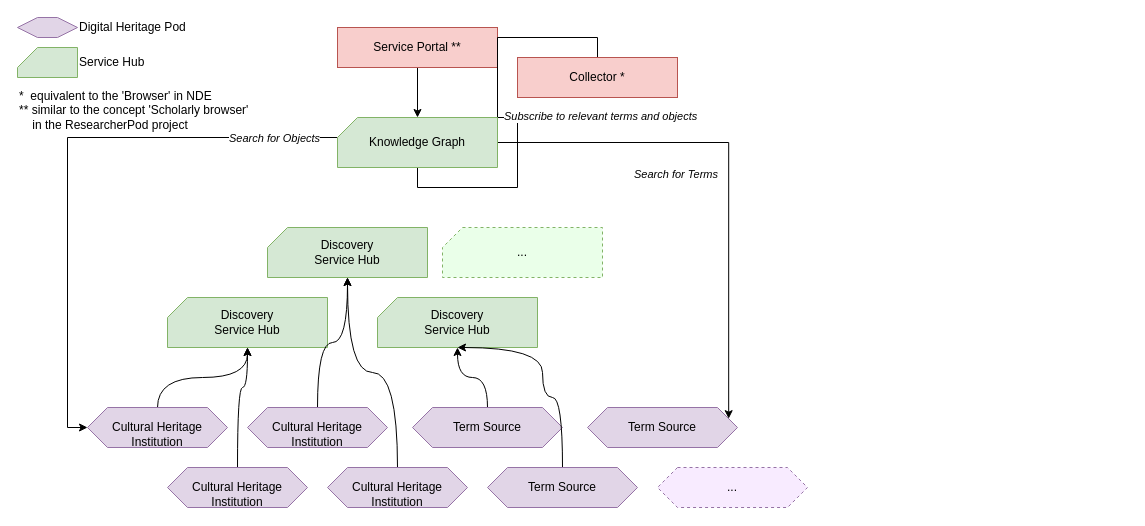
The draw.io diagram page "Copy of Page-1" (2 of 2) of diagrams/NDE-overzicht.drawio in ErfgoedPod/usecases, before the edit. Source tidied: cells renumbered, new cells numbered last; positions are measured from the earlier drawing's top-left corner, leaving out a move shared by most shapes. Both pictures are drawn from the tidied source at 100%, with x=0, y=0 at pixel (17, 17).
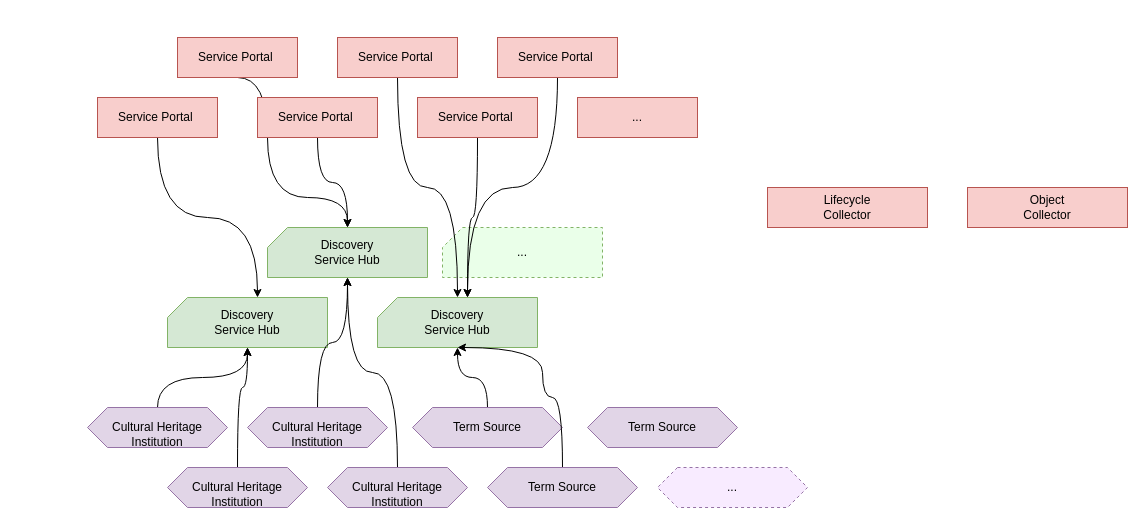
After the change.

Commit message (it also covers changes not shown here):
Started changing NDE context

The change refers to these unchanged cells:
```xml
<mxCell id="14" value="Discovery&lt;br&gt;Service Hub" style="shape=card;whiteSpace=wrap;html=1;size=20;fillColor=#d5e8d4;strokeColor=#82b366;" parent="1" vertex="1">
  <mxGeometry x="250" y="210" width="160" height="50" as="geometry" />
</mxCell>
<mxCell id="18" value="Discovery&lt;br&gt;Service Hub" style="shape=card;whiteSpace=wrap;html=1;size=20;fillColor=#d5e8d4;strokeColor=#82b366;" parent="1" vertex="1">
  <mxGeometry x="150" y="280" width="160" height="50" as="geometry" />
</mxCell>
<mxCell id="19" value="Discovery&lt;br&gt;Service Hub" style="shape=card;whiteSpace=wrap;html=1;size=20;fillColor=#d5e8d4;strokeColor=#82b366;" parent="1" vertex="1">
  <mxGeometry x="360" y="280" width="160" height="50" as="geometry" />
</mxCell>
<mxCell id="30" value="Term Source" style="shape=hexagon;perimeter=hexagonPerimeter2;whiteSpace=wrap;html=1;fixedSize=1;fillColor=#e1d5e7;strokeColor=#9673a6;" parent="1" vertex="1">
  <mxGeometry x="570" y="390" width="150" height="40" as="geometry" />
</mxCell>
```

Diff of the diagram source:
```diff
@@
-    <mxCell id="2" style="edgeStyle=orthogonalEdgeStyle;rounded=0;jettySize=auto;html=1;exitX=0.5;exitY=1;exitDx=0;exitDy=0;startArrow=none;startFill=0;endArrow=classic;endFill=1;entryX=0.5;entryY=0;entryDx=0;entryDy=0;entryPerimeter=0;" parent="1" edge="1" source="3" target="13">
-      <mxGeometry relative="1" as="geometry" />
-    </mxCell>
-    <mxCell id="3" value="Service Portal **" style="rounded=0;whiteSpace=wrap;html=1;fillColor=#f8cecc;strokeColor=#b85450;" parent="1" vertex="1">
-      <mxGeometry x="320" y="10" width="160" height="40" as="geometry" />
-    </mxCell>
-    <mxCell id="4" style="edgeStyle=orthogonalEdgeStyle;rounded=0;jettySize=auto;html=1;exitX=0.5;exitY=0;exitDx=0;exitDy=0;entryX=0.5;entryY=1;entryDx=0;entryDy=0;entryPerimeter=0;startArrow=none;startFill=0;endArrow=none;endFill=0;" parent="1" edge="1" source="10" target="13">
-      <mxGeometry relative="1" as="geometry" />
-    </mxCell>
-    <mxCell id="5" value="Subscribe to relevant terms and objects " style="edgeLabel;html=1;align=left;verticalAlign=middle;fontStyle=2;" parent="4" vertex="1">
-      <mxGeometry y="2" relative="1" as="geometry" />
-    </mxCell>
-    <mxCell id="6" style="edgeStyle=orthogonalEdgeStyle;rounded=0;jettySize=auto;html=1;entryX=1;entryY=0.25;entryDx=0;entryDy=0;startArrow=none;startFill=0;endArrow=classic;endFill=1;exitX=1;exitY=0.5;exitDx=0;exitDy=0;exitPerimeter=0;" parent="1" edge="1" source="13" target="30">
-      <mxGeometry relative="1" as="geometry" />
-    </mxCell>
-    <mxCell id="7" value="Search for Terms" style="edgeLabel;html=1;align=right;verticalAlign=middle;fontStyle=2;" parent="6" vertex="1">
-      <mxGeometry x="-0.13" y="-31" relative="1" as="geometry" />
-    </mxCell>
-    <mxCell id="8" style="edgeStyle=orthogonalEdgeStyle;rounded=0;jettySize=auto;html=1;entryX=0;entryY=0.5;entryDx=0;entryDy=0;startArrow=none;startFill=0;endArrow=classic;endFill=1;exitX=0;exitY=0;exitDx=0;exitDy=20;exitPerimeter=0;" parent="1" edge="1" source="13" target="12">
-      <mxGeometry relative="1" as="geometry" />
-    </mxCell>
-    <mxCell id="9" value="Search for Objects" style="edgeLabel;html=1;align=left;verticalAlign=middle;fontStyle=2;" parent="8" vertex="1">
-      <mxGeometry x="-0.13" y="32" relative="1" as="geometry">
-        <mxPoint x="142" y="-32" as="offset" />
-      </mxGeometry>
-    </mxCell>
-    <mxCell id="10" value="Collector *" style="rounded=0;whiteSpace=wrap;html=1;fillColor=#f8cecc;strokeColor=#b85450;" parent="1" vertex="1">
-      <mxGeometry x="500" y="40" width="160" height="40" as="geometry" />
+    <mxCell id="10" value="Lifecycle&lt;br&gt;Collector" style="rounded=0;whiteSpace=wrap;html=1;fillColor=#f8cecc;strokeColor=#b85450;" parent="1" vertex="1">
+      <mxGeometry x="750" y="170" width="160" height="40" as="geometry" />
     </mxCell>
@@
-    <mxCell id="12" value="&lt;br&gt;Cultural Heritage Institution" style="shape=hexagon;perimeter=hexagonPerimeter2;whiteSpace=wrap;html=1;fixedSize=1;fillColor=#e1d5e7;strokeColor=#9673a6;" parent="1" vertex="1">
+    <mxCell id="12" value="&lt;br&gt;Cultural Heritage Institution" style="shape=hexagon;perimeter=hexagonPerimeter2;whiteSpace=wrap;html=1;fixedSize=1;fillColor=#e1d5e7;strokeColor=#9673a6;align=center;verticalAlign=middle;" parent="1" vertex="1">
       <mxGeometry x="70" y="390" width="140" height="40" as="geometry" />
     </mxCell>
-    <mxCell id="13" value="Knowledge Graph" style="shape=card;whiteSpace=wrap;html=1;size=20;fillColor=#d5e8d4;strokeColor=#82b366;" parent="1" vertex="1">
-      <mxGeometry x="320" y="100" width="160" height="50" as="geometry" />
-    </mxCell>
@@
-    <mxCell id="15" value="Digital Heritage Pod" style="shape=hexagon;perimeter=hexagonPerimeter2;html=1;fixedSize=1;labelPosition=right;verticalLabelPosition=middle;align=left;verticalAlign=middle;fillColor=#e1d5e7;strokeColor=#9673a6;" parent="1" vertex="1">
-      <mxGeometry width="60" height="20" as="geometry" />
-    </mxCell>
-    <mxCell id="16" value="Service Hub" style="shape=card;html=1;size=20;labelPosition=right;verticalLabelPosition=middle;align=left;verticalAlign=middle;spacingRight=0;fillColor=#d5e8d4;strokeColor=#82b366;" parent="1" vertex="1">
-      <mxGeometry y="30" width="60" height="30" as="geometry" />
-    </mxCell>
-    <mxCell id="17" value="&lt;div align=&quot;left&quot;&gt;*&amp;nbsp; equivalent to the 'Browser' in NDE&lt;/div&gt;&lt;div align=&quot;left&quot;&gt;** similar to the concept 'Scholarly browser' &lt;br&gt;&lt;/div&gt;&lt;div align=&quot;left&quot;&gt;&amp;nbsp;&amp;nbsp;&amp;nbsp; in the ResearcherPod project&lt;br&gt;&lt;/div&gt;&amp;nbsp;" style="text;html=1;strokeColor=none;fillColor=none;align=left;verticalAlign=middle;whiteSpace=wrap;rounded=0;" parent="1" vertex="1">
-      <mxGeometry y="90" width="270" height="20" as="geometry" />
-    </mxCell>
@@
-    <mxCell id="23" value="&lt;br&gt;Cultural Heritage Institution" style="shape=hexagon;perimeter=hexagonPerimeter2;whiteSpace=wrap;html=1;fixedSize=1;fillColor=#e1d5e7;strokeColor=#9673a6;" parent="1" vertex="1">
+    <mxCell id="23" value="&lt;br&gt;Cultural Heritage Institution" style="shape=hexagon;perimeter=hexagonPerimeter2;whiteSpace=wrap;html=1;fixedSize=1;fillColor=#e1d5e7;strokeColor=#9673a6;align=center;verticalAlign=middle;" parent="1" vertex="1">
       <mxGeometry x="150" y="450" width="140" height="40" as="geometry" />
     </mxCell>
@@
-    <mxCell id="25" value="&lt;br&gt;Cultural Heritage Institution" style="shape=hexagon;perimeter=hexagonPerimeter2;whiteSpace=wrap;html=1;fixedSize=1;fillColor=#e1d5e7;strokeColor=#9673a6;" parent="1" vertex="1">
+    <mxCell id="25" value="&lt;br&gt;Cultural Heritage Institution" style="shape=hexagon;perimeter=hexagonPerimeter2;whiteSpace=wrap;html=1;fixedSize=1;fillColor=#e1d5e7;strokeColor=#9673a6;align=center;verticalAlign=middle;" parent="1" vertex="1">
       <mxGeometry x="230" y="390" width="140" height="40" as="geometry" />
     </mxCell>
@@
-    <mxCell id="27" value="&lt;br&gt;Cultural Heritage Institution" style="shape=hexagon;perimeter=hexagonPerimeter2;whiteSpace=wrap;html=1;fixedSize=1;fillColor=#e1d5e7;strokeColor=#9673a6;" parent="1" vertex="1">
+    <mxCell id="27" value="&lt;br&gt;Cultural Heritage Institution" style="shape=hexagon;perimeter=hexagonPerimeter2;whiteSpace=wrap;html=1;fixedSize=1;fillColor=#e1d5e7;strokeColor=#9673a6;align=center;verticalAlign=middle;" parent="1" vertex="1">
       <mxGeometry x="310" y="450" width="140" height="40" as="geometry" />
     </mxCell>
@@
+    <mxCell id="33" value="Object&lt;br&gt;Collector" style="rounded=0;whiteSpace=wrap;html=1;fillColor=#f8cecc;strokeColor=#b85450;" parent="1" vertex="1">
+      <mxGeometry x="950" y="170" width="160" height="40" as="geometry" />
+    </mxCell>
+    <mxCell id="34" style="edgeStyle=orthogonalEdgeStyle;curved=1;rounded=0;jettySize=auto;html=1;exitX=0.5;exitY=1;exitDx=0;exitDy=0;entryX=0;entryY=0;entryDx=90;entryDy=0;entryPerimeter=0;" parent="1" edge="1" source="35" target="18">
+      <mxGeometry relative="1" as="geometry" />
+    </mxCell>
+    <mxCell id="35" value="Service Portal&amp;nbsp;" style="rounded=0;whiteSpace=wrap;html=1;fillColor=#f8cecc;strokeColor=#b85450;" parent="1" vertex="1">
+      <mxGeometry x="80" y="80" width="120" height="40" as="geometry" />
+    </mxCell>
+    <mxCell id="36" style="edgeStyle=orthogonalEdgeStyle;curved=1;rounded=0;jettySize=auto;html=1;exitX=0.5;exitY=1;exitDx=0;exitDy=0;entryX=0.5;entryY=0;entryDx=0;entryDy=0;entryPerimeter=0;" parent="1" edge="1" source="37" target="14">
+      <mxGeometry relative="1" as="geometry">
+        <Array as="points">
+          <mxPoint x="250" y="180" />
+          <mxPoint x="330" y="180" />
+        </Array>
+      </mxGeometry>
+    </mxCell>
+    <mxCell id="37" value="Service Portal&amp;nbsp;" style="rounded=0;whiteSpace=wrap;html=1;fillColor=#f8cecc;strokeColor=#b85450;" parent="1" vertex="1">
+      <mxGeometry x="160" y="20" width="120" height="40" as="geometry" />
+    </mxCell>
+    <mxCell id="38" style="edgeStyle=orthogonalEdgeStyle;curved=1;rounded=0;jettySize=auto;html=1;exitX=0.5;exitY=1;exitDx=0;exitDy=0;entryX=0.5;entryY=0;entryDx=0;entryDy=0;entryPerimeter=0;" parent="1" edge="1" source="39" target="14">
+      <mxGeometry relative="1" as="geometry" />
+    </mxCell>
+    <mxCell id="39" value="Service Portal&amp;nbsp;" style="rounded=0;whiteSpace=wrap;html=1;fillColor=#f8cecc;strokeColor=#b85450;" parent="1" vertex="1">
+      <mxGeometry x="240" y="80" width="120" height="40" as="geometry" />
+    </mxCell>
+    <mxCell id="40" style="edgeStyle=orthogonalEdgeStyle;curved=1;rounded=0;jettySize=auto;html=1;exitX=0.5;exitY=1;exitDx=0;exitDy=0;entryX=0.5;entryY=0;entryDx=0;entryDy=0;entryPerimeter=0;" parent="1" edge="1" source="41" target="19">
+      <mxGeometry relative="1" as="geometry" />
+    </mxCell>
+    <mxCell id="41" value="Service Portal&amp;nbsp;" style="rounded=0;whiteSpace=wrap;html=1;fillColor=#f8cecc;strokeColor=#b85450;" parent="1" vertex="1">
+      <mxGeometry x="320" y="20" width="120" height="40" as="geometry" />
+    </mxCell>
+    <mxCell id="42" style="edgeStyle=orthogonalEdgeStyle;curved=1;rounded=0;jettySize=auto;html=1;exitX=0.5;exitY=1;exitDx=0;exitDy=0;entryX=0;entryY=0;entryDx=90;entryDy=0;entryPerimeter=0;" parent="1" edge="1" source="43" target="19">
+      <mxGeometry relative="1" as="geometry" />
+    </mxCell>
+    <mxCell id="43" value="Service Portal&amp;nbsp;" style="rounded=0;whiteSpace=wrap;html=1;fillColor=#f8cecc;strokeColor=#b85450;" parent="1" vertex="1">
+      <mxGeometry x="400" y="80" width="120" height="40" as="geometry" />
+    </mxCell>
+    <mxCell id="44" style="edgeStyle=orthogonalEdgeStyle;curved=1;rounded=0;jettySize=auto;html=1;exitX=0.5;exitY=1;exitDx=0;exitDy=0;entryX=0;entryY=0;entryDx=90;entryDy=0;entryPerimeter=0;" parent="1" edge="1" source="45" target="19">
+      <mxGeometry relative="1" as="geometry" />
+    </mxCell>
+    <mxCell id="45" value="Service Portal&amp;nbsp;" style="rounded=0;whiteSpace=wrap;html=1;fillColor=#f8cecc;strokeColor=#b85450;" parent="1" vertex="1">
+      <mxGeometry x="480" y="20" width="120" height="40" as="geometry" />
+    </mxCell>
+    <mxCell id="46" value="..." style="rounded=0;whiteSpace=wrap;html=1;fillColor=#f8cecc;strokeColor=#b85450;" parent="1" vertex="1">
+      <mxGeometry x="560" y="80" width="120" height="40" as="geometry" />
+    </mxCell>
```
